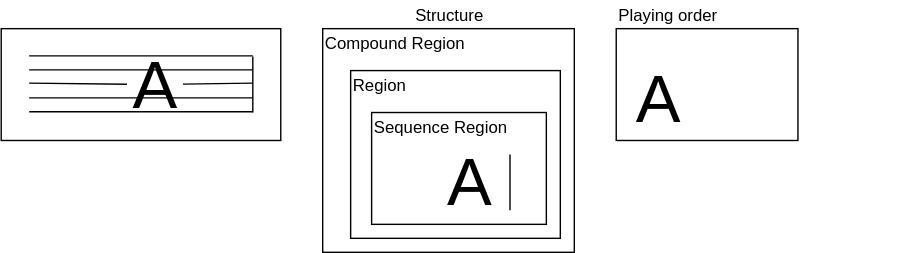
Before: docs/repeat/example01.drawio.svg, a diagram exported from draw.io (ruimo/klavier-core). Source tidied: cells renumbered, new cells last; positions are measured from the earlier drawing's top-left corner, leaving out a move shared by most shapes.
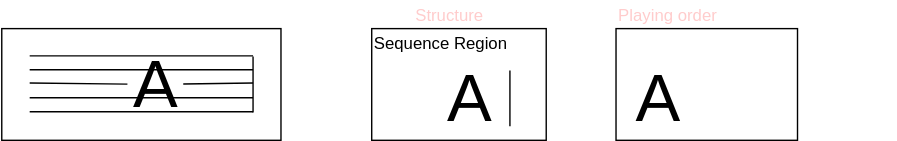
Later version of the same file.

Change to the diagram source:
```diff
@@ -2,12 +2,6 @@
   <root>
     <mxCell id="0" />
     <mxCell id="1" parent="0" />
-    <mxCell id="2" style="rounded=0;whiteSpace=wrap;html=1;" parent="1" vertex="1">
-      <mxGeometry x="230" y="20" width="180" height="160" as="geometry" />
-    </mxCell>
-    <mxCell id="3" style="rounded=0;whiteSpace=wrap;html=1;" parent="1" vertex="1">
-      <mxGeometry x="250" y="50" width="150" height="120" as="geometry" />
-    </mxCell>
     <mxCell id="4" style="rounded=0;whiteSpace=wrap;html=1;" parent="1" vertex="1">
       <mxGeometry y="20" width="200" height="80" as="geometry" />
     </mxCell>
@@ -42,26 +36,20 @@
       </mxGeometry>
     </mxCell>
     <mxCell id="10" style="rounded=0;whiteSpace=wrap;html=1;" parent="1" vertex="1">
-      <mxGeometry x="265" y="80" width="125" height="80" as="geometry" />
+      <mxGeometry x="265" y="20" width="125" height="80" as="geometry" />
     </mxCell>
     <mxCell id="11" value="Sequence Region" style="text;html=1;strokeColor=none;fillColor=none;align=left;verticalAlign=middle;whiteSpace=wrap;rounded=0;" parent="1" vertex="1">
-      <mxGeometry x="265" y="80" width="190" height="20" as="geometry" />
+      <mxGeometry x="265" y="20" width="190" height="20" as="geometry" />
     </mxCell>
     <mxCell id="12" value="&lt;font style=&quot;font-size: 48px&quot;&gt;A&lt;/font&gt;" style="text;html=1;strokeColor=none;fillColor=none;align=center;verticalAlign=middle;whiteSpace=wrap;rounded=0;" parent="1" vertex="1">
-      <mxGeometry x="315" y="120" width="40" height="20" as="geometry" />
+      <mxGeometry x="315" y="60" width="40" height="20" as="geometry" />
     </mxCell>
     <mxCell id="13" style="endArrow=none;html=1;" parent="1" edge="1">
       <mxGeometry relative="1" as="geometry">
-        <mxPoint x="364" y="150" as="sourcePoint" />
-        <mxPoint x="364" y="110" as="targetPoint" />
+        <mxPoint x="364" y="90" as="sourcePoint" />
+        <mxPoint x="364" y="50" as="targetPoint" />
       </mxGeometry>
     </mxCell>
-    <mxCell id="14" value="Compound Region" style="text;html=1;strokeColor=none;fillColor=none;align=left;verticalAlign=middle;whiteSpace=wrap;rounded=0;" parent="1" vertex="1">
-      <mxGeometry x="230" y="20" width="200" height="20" as="geometry" />
-    </mxCell>
-    <mxCell id="15" value="Region" style="text;html=1;strokeColor=none;fillColor=none;align=left;verticalAlign=middle;whiteSpace=wrap;rounded=0;" parent="1" vertex="1">
-      <mxGeometry x="250" y="50" width="150" height="20" as="geometry" />
-    </mxCell>
     <mxCell id="16" style="endArrow=none;html=1;" parent="1" edge="1" source="17">
       <mxGeometry relative="1" as="geometry">
         <mxPoint x="180" y="59" as="targetPoint" />
@@ -78,13 +66,13 @@
     <mxCell id="19" style="rounded=0;whiteSpace=wrap;html=1;" parent="1" vertex="1">
       <mxGeometry x="440" y="20" width="130" height="80" as="geometry" />
     </mxCell>
-    <mxCell id="20" value="Playing order" style="text;html=1;strokeColor=none;fillColor=none;align=left;verticalAlign=middle;whiteSpace=wrap;rounded=0;" parent="1" vertex="1">
+    <mxCell id="20" value="Playing order" style="text;html=1;align=left;verticalAlign=middle;whiteSpace=wrap;rounded=0;fontColor=#FFCCCC;" parent="1" vertex="1">
       <mxGeometry x="440" width="200" height="20" as="geometry" />
     </mxCell>
     <mxCell id="21" value="&lt;font style=&quot;font-size: 48px&quot;&gt;A&lt;/font&gt;" style="text;html=1;strokeColor=none;fillColor=none;align=center;verticalAlign=middle;whiteSpace=wrap;rounded=0;" parent="1" vertex="1">
       <mxGeometry x="450" y="60" width="40" height="20" as="geometry" />
     </mxCell>
-    <mxCell id="22" value="Structure" style="text;html=1;strokeColor=none;fillColor=none;align=center;verticalAlign=middle;whiteSpace=wrap;rounded=0;" parent="1" vertex="1">
+    <mxCell id="22" value="Structure" style="text;html=1;align=center;verticalAlign=middle;whiteSpace=wrap;rounded=0;fontColor=#FFCCCC;" parent="1" vertex="1">
       <mxGeometry x="230" width="180" height="20" as="geometry" />
     </mxCell>
   </root>
```
